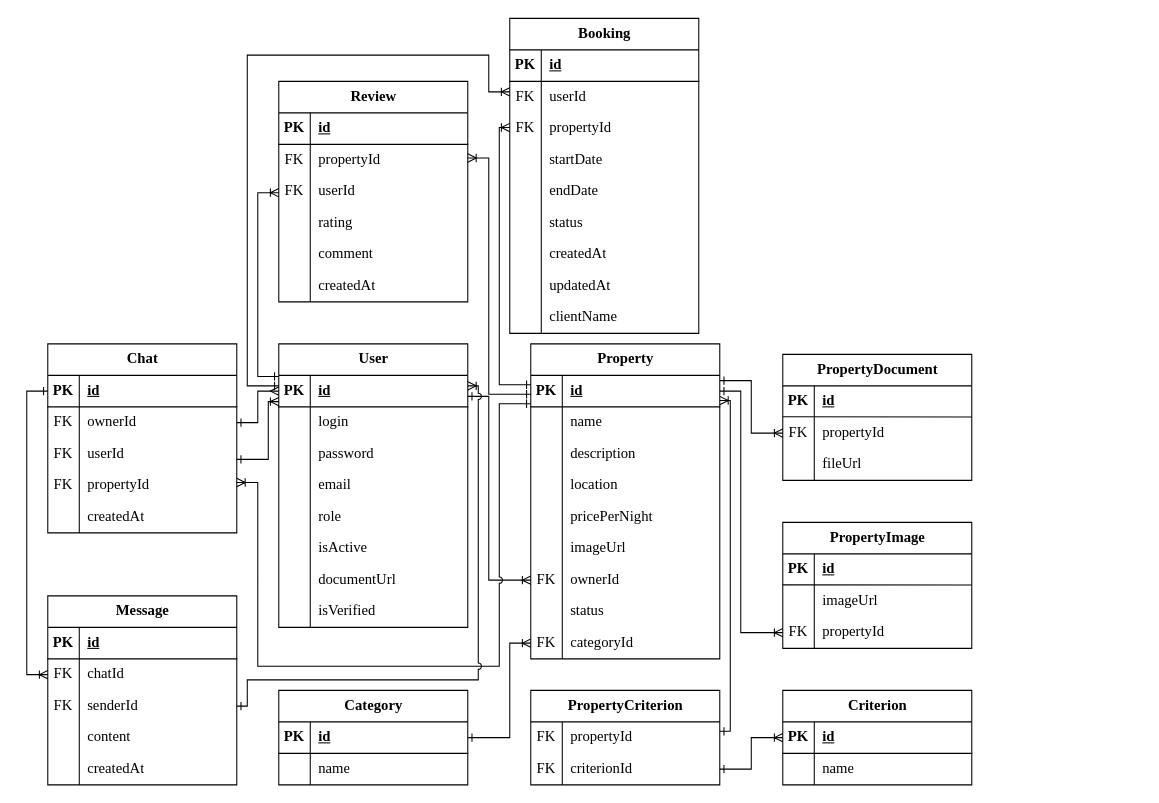
The draw.io diagram KURSACH/бд.drawio in Slnpa/Diplom, before the edit. Source tidied: cells renumbered, new cells numbered last; positions are measured from the earlier drawing's top-left corner, leaving out a move shared by most shapes. Both pictures are drawn from the tidied source at 105%, with x=0, y=0 at pixel (26, 18).
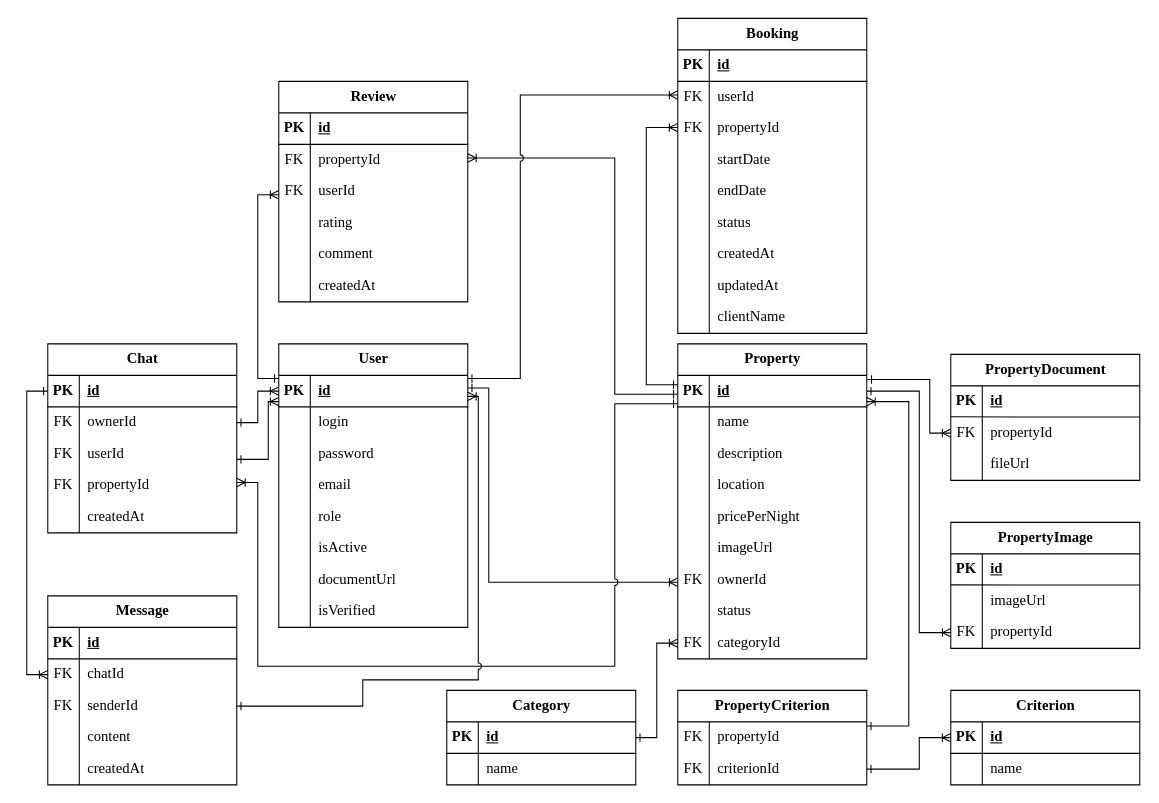
Above is the later version.

The change refers to these unchanged cells:
```xml
<mxCell id="3" style="shape=tableRow;horizontal=0;startSize=0;swimlaneHead=0;swimlaneBody=0;fillColor=none;points=[[0,0.5],[1,0.5]];portConstraint=eastwest;top=0;left=0;right=0;bottom=1;strokeColor=default;fontFamily=Times New Roman;fontSize=14;" parent="2" vertex="1">
  <mxGeometry y="30" width="180" height="30" as="geometry" />
</mxCell>
<mxCell id="21" style="shape=tableRow;horizontal=0;startSize=0;swimlaneHead=0;swimlaneBody=0;fillColor=none;points=[[0,0.5],[1,0.5]];portConstraint=eastwest;top=0;left=0;right=0;bottom=0;strokeColor=default;fontFamily=Times New Roman;fontSize=14;" parent="2" vertex="1">
  <mxGeometry y="210" width="180" height="30" as="geometry" />
</mxCell>
<mxCell id="27" style="shape=tableRow;horizontal=0;startSize=0;swimlaneHead=0;swimlaneBody=0;fillColor=none;points=[[0,0.5],[1,0.5]];portConstraint=eastwest;top=0;left=0;right=0;bottom=0;strokeColor=default;fontFamily=Times New Roman;fontSize=14;" parent="2" vertex="1">
  <mxGeometry y="270" width="180" height="30" as="geometry" />
</mxCell>
<mxCell id="34" style="shape=tableRow;horizontal=0;startSize=0;swimlaneHead=0;swimlaneBody=0;fillColor=none;points=[[0,0.5],[1,0.5]];portConstraint=eastwest;top=0;left=0;right=0;bottom=0;strokeColor=default;fontFamily=Times New Roman;fontSize=14;" parent="30" vertex="1">
  <mxGeometry y="60" width="180" height="30" as="geometry" />
</mxCell>
<mxCell id="48" style="shape=tableRow;horizontal=0;startSize=0;swimlaneHead=0;swimlaneBody=0;fillColor=none;points=[[0,0.5],[1,0.5]];portConstraint=eastwest;top=0;left=0;right=0;bottom=0;strokeColor=default;fontFamily=Times New Roman;fontSize=14;" parent="41" vertex="1">
  <mxGeometry y="90" width="180" height="30" as="geometry" />
</mxCell>
<mxCell id="52" style="shape=tableRow;horizontal=0;startSize=0;swimlaneHead=0;swimlaneBody=0;fillColor=none;points=[[0,0.5],[1,0.5]];portConstraint=eastwest;top=0;left=0;right=0;bottom=1;strokeColor=default;fontFamily=Times New Roman;fontSize=14;" parent="51" vertex="1">
  <mxGeometry y="30" width="180" height="30" as="geometry" />
</mxCell>
<mxCell id="62" style="shape=tableRow;horizontal=0;startSize=0;swimlaneHead=0;swimlaneBody=0;fillColor=none;points=[[0,0.5],[1,0.5]];portConstraint=eastwest;top=0;left=0;right=0;bottom=0;strokeColor=default;fontFamily=Times New Roman;fontSize=14;" parent="58" vertex="1">
  <mxGeometry y="60" width="180" height="30" as="geometry" />
</mxCell>
<mxCell id="69" style="shape=tableRow;horizontal=0;startSize=0;swimlaneHead=0;swimlaneBody=0;fillColor=none;points=[[0,0.5],[1,0.5]];portConstraint=eastwest;top=0;left=0;right=0;bottom=1;strokeColor=default;fontFamily=Times New Roman;fontSize=14;" parent="68" vertex="1">
  <mxGeometry y="30" width="180" height="30" as="geometry" />
</mxCell>
<mxCell id="77" style="shape=tableRow;horizontal=0;startSize=0;swimlaneHead=0;swimlaneBody=0;fillColor=none;points=[[0,0.5],[1,0.5]];portConstraint=eastwest;top=0;left=0;right=0;bottom=1;strokeColor=default;fontFamily=Times New Roman;fontSize=14;" parent="76" vertex="1">
  <mxGeometry y="30" width="180" height="30" as="geometry" />
</mxCell>
<mxCell id="108" style="shape=tableRow;horizontal=0;startSize=0;swimlaneHead=0;swimlaneBody=0;fillColor=none;points=[[0,0.5],[1,0.5]];portConstraint=eastwest;top=0;left=0;right=0;bottom=0;strokeColor=default;fontFamily=Times New Roman;fontSize=14;" parent="101" vertex="1">
  <mxGeometry y="90" width="180" height="30" as="geometry" />
</mxCell>
<mxCell id="152" style="shape=tableRow;horizontal=0;startSize=0;swimlaneHead=0;swimlaneBody=0;fillColor=none;points=[[0,0.5],[1,0.5]];portConstraint=eastwest;top=0;left=0;right=0;bottom=0;strokeColor=default;fontFamily=Times New Roman;fontSize=14;" parent="148" vertex="1">
  <mxGeometry y="60" width="180" height="30" as="geometry" />
</mxCell>
<mxCell id="171" style="shape=tableRow;horizontal=0;startSize=0;swimlaneHead=0;swimlaneBody=0;fillColor=none;points=[[0,0.5],[1,0.5]];portConstraint=eastwest;top=0;left=0;right=0;bottom=0;strokeColor=default;fontFamily=Times New Roman;fontSize=14;" parent="164" vertex="1">
  <mxGeometry y="90" width="180" height="30" as="geometry" />
</mxCell>
```

The edit, as a diff of the source:
```diff
@@
     <mxCell id="2" value="Property" style="shape=table;startSize=30;childLayout=tableLayout;rowLines=0;fontStyle=1;align=center;html=1;strokeColor=default;fontFamily=Times New Roman;fontSize=14;" parent="1" vertex="1">
-      <mxGeometry x="480" y="310" width="180" height="300" as="geometry" />
+      <mxGeometry x="620" y="310" width="180" height="300" as="geometry" />
     </mxCell>
@@
     <mxCell id="30" value="PropertyDocument" style="shape=table;startSize=30;childLayout=tableLayout;rowLines=0;fontStyle=1;align=center;html=1;strokeColor=default;fontFamily=Times New Roman;fontSize=14;" parent="1" vertex="1">
-      <mxGeometry x="720" y="320" width="180" height="120" as="geometry" />
+      <mxGeometry x="880" y="320" width="180" height="120" as="geometry" />
     </mxCell>
@@
-    <mxCell id="40" style="edgeStyle=orthogonalEdgeStyle;rounded=0;jettySize=auto;html=1;startArrow=ERone;startFill=0;endArrow=ERoneToMany;endFill=0;" parent="1" edge="1" target="34">
+    <mxCell id="40" style="edgeStyle=orthogonalEdgeStyle;rounded=0;jettySize=auto;html=1;startArrow=ERone;startFill=0;endArrow=ERoneToMany;endFill=0;exitX=1.003;exitY=0.13;exitDx=0;exitDy=0;exitPerimeter=0;" parent="1" edge="1" source="3" target="34">
       <mxGeometry relative="1" as="geometry">
-        <mxPoint x="660" y="345" as="sourcePoint" />
         <Array as="points">
-          <mxPoint x="690" y="345" />
-          <mxPoint x="690" y="395" />
+          <mxPoint x="860" y="344" />
+          <mxPoint x="860" y="395" />
         </Array>
       </mxGeometry>
     </mxCell>
     <mxCell id="41" value="PropertyImage" style="shape=table;startSize=30;childLayout=tableLayout;rowLines=0;fontStyle=1;align=center;html=1;strokeColor=default;fontFamily=Times New Roman;fontSize=14;" parent="1" vertex="1">
-      <mxGeometry x="720" y="480" width="180" height="120" as="geometry" />
+      <mxGeometry x="880" y="480" width="180" height="120" as="geometry" />
     </mxCell>
@@
     <mxCell id="51" value="Criterion" style="shape=table;startSize=30;childLayout=tableLayout;rowLines=0;fontStyle=1;align=center;html=1;strokeColor=default;fontFamily=Times New Roman;fontSize=14;" parent="1" vertex="1">
-      <mxGeometry x="720" y="640" width="180" height="90" as="geometry" />
+      <mxGeometry x="880" y="640" width="180" height="90" as="geometry" />
     </mxCell>
@@
     <mxCell id="58" value="PropertyCriterion" style="shape=table;startSize=30;childLayout=tableLayout;rowLines=0;fontStyle=1;align=center;html=1;strokeColor=default;fontFamily=Times New Roman;fontSize=14;" parent="1" vertex="1">
-      <mxGeometry x="480" y="640" width="180" height="90" as="geometry" />
+      <mxGeometry x="620" y="640" width="180" height="90" as="geometry" />
     </mxCell>
@@
     <mxCell id="65" style="edgeStyle=orthogonalEdgeStyle;rounded=0;jettySize=auto;html=1;startArrow=ERone;startFill=0;endArrow=ERoneToMany;endFill=0;" parent="1" edge="1" source="3" target="48">
       <mxGeometry relative="1" as="geometry">
         <Array as="points">
-          <mxPoint x="680" y="355" />
-          <mxPoint x="680" y="585" />
+          <mxPoint x="850" y="355" />
+          <mxPoint x="850" y="585" />
         </Array>
       </mxGeometry>
     </mxCell>
     <mxCell id="66" style="edgeStyle=orthogonalEdgeStyle;rounded=0;orthogonalLoop=1;jettySize=auto;html=1;startArrow=ERone;startFill=0;endArrow=ERoneToMany;endFill=0;" parent="1" edge="1">
       <mxGeometry relative="1" as="geometry">
-        <mxPoint x="660" y="679" as="sourcePoint" />
-        <mxPoint x="660" y="364" as="targetPoint" />
+        <mxPoint x="800" y="674" as="sourcePoint" />
+        <mxPoint x="800" y="365" as="targetPoint" />
         <Array as="points">
-          <mxPoint x="670" y="679" />
-          <mxPoint x="670" y="364" />
+          <mxPoint x="840" y="674" />
+          <mxPoint x="840" y="365" />
         </Array>
       </mxGeometry>
     </mxCell>
     <mxCell id="67" style="edgeStyle=orthogonalEdgeStyle;rounded=0;jettySize=auto;html=1;startArrow=ERone;startFill=0;endArrow=ERoneToMany;endFill=0;" parent="1" edge="1" source="62" target="52">
-      <mxGeometry relative="1" as="geometry" />
+      <mxGeometry relative="1" as="geometry">
+        <Array as="points">
+          <mxPoint x="850" y="715" />
+          <mxPoint x="850" y="685" />
+        </Array>
+      </mxGeometry>
     </mxCell>
     <mxCell id="68" value="Category" style="shape=table;startSize=30;childLayout=tableLayout;rowLines=0;fontStyle=1;align=center;html=1;strokeColor=default;fontFamily=Times New Roman;fontSize=14;" parent="1" vertex="1">
-      <mxGeometry x="240" y="640" width="180" height="90" as="geometry" />
+      <mxGeometry x="400" y="640" width="180" height="90" as="geometry" />
     </mxCell>
@@
     <mxCell id="75" style="edgeStyle=orthogonalEdgeStyle;rounded=0;jettySize=auto;html=1;startArrow=ERone;startFill=0;endArrow=ERoneToMany;endFill=0;" parent="1" edge="1" source="69" target="27">
       <mxGeometry relative="1" as="geometry">
         <Array as="points">
-          <mxPoint x="460" y="685" />
-          <mxPoint x="460" y="595" />
+          <mxPoint x="600" y="685" />
+          <mxPoint x="600" y="595" />
         </Array>
       </mxGeometry>
     </mxCell>
@@
     <mxCell id="101" value="Booking" style="shape=table;startSize=30;childLayout=tableLayout;rowLines=0;fontStyle=1;align=center;html=1;strokeColor=default;fontFamily=Times New Roman;fontSize=14;" parent="1" vertex="1">
-      <mxGeometry x="460" width="180" height="300" as="geometry" />
+      <mxGeometry x="620" width="180" height="300" as="geometry" />
     </mxCell>
@@
-    <mxCell id="180" style="edgeStyle=orthogonalEdgeStyle;rounded=0;jettySize=auto;html=1;endArrow=ERoneToMany;endFill=0;startArrow=ERone;startFill=0;" parent="1" edge="1" source="77" target="21">
+    <mxCell id="180" style="edgeStyle=orthogonalEdgeStyle;rounded=0;orthogonalLoop=1;jettySize=auto;html=1;endArrow=ERoneToMany;endFill=0;startArrow=ERone;startFill=0;" parent="1" edge="1">
       <mxGeometry relative="1" as="geometry">
+        <mxPoint x="420" y="352" as="sourcePoint" />
+        <mxPoint x="620" y="537" as="targetPoint" />
         <Array as="points">
-          <mxPoint x="440" y="360" />
-          <mxPoint x="440" y="535" />
+          <mxPoint x="440" y="352" />
+          <mxPoint x="440" y="537" />
         </Array>
       </mxGeometry>
     </mxCell>
-    <mxCell id="181" style="edgeStyle=orthogonalEdgeStyle;rounded=0;orthogonalLoop=1;jettySize=auto;html=1;endArrow=ERoneToMany;endFill=0;startArrow=ERone;startFill=0;" parent="1" edge="1">
+    <mxCell id="181" style="edgeStyle=orthogonalEdgeStyle;rounded=0;jettySize=auto;html=1;endArrow=ERoneToMany;endFill=0;startArrow=ERone;startFill=0;" parent="1" edge="1" source="3" target="108">
       <mxGeometry relative="1" as="geometry">
-        <mxPoint x="480" y="349" as="sourcePoint" />
-        <mxPoint x="460" y="104" as="targetPoint" />
         <Array as="points">
-          <mxPoint x="450" y="349" />
-          <mxPoint x="450" y="104" />
+          <mxPoint x="590" y="349" />
+          <mxPoint x="590" y="104" />
         </Array>
       </mxGeometry>
     </mxCell>
-    <mxCell id="182" style="edgeStyle=orthogonalEdgeStyle;rounded=0;orthogonalLoop=1;jettySize=auto;html=1;endArrow=ERone;endFill=0;startArrow=ERoneToMany;startFill=0;" parent="1" edge="1">
+    <mxCell id="182" style="edgeStyle=orthogonalEdgeStyle;rounded=0;jettySize=auto;html=1;endArrow=ERone;endFill=0;startArrow=ERoneToMany;startFill=0;" parent="1" edge="1" target="3">
       <mxGeometry relative="1" as="geometry">
         <mxPoint x="420" y="133" as="sourcePoint" />
-        <mxPoint x="480" y="358" as="targetPoint" />
         <Array as="points">
-          <mxPoint x="440" y="133" />
-          <mxPoint x="440" y="358" />
+          <mxPoint x="560" y="133" />
+          <mxPoint x="560" y="358" />
         </Array>
       </mxGeometry>
     </mxCell>
-    <mxCell id="183" style="edgeStyle=orthogonalEdgeStyle;rounded=0;orthogonalLoop=1;jettySize=auto;html=1;startArrow=ERone;startFill=0;endArrow=ERoneToMany;endFill=0;" parent="1" edge="1">
+    <mxCell id="183" style="edgeStyle=orthogonalEdgeStyle;rounded=0;orthogonalLoop=1;jettySize=auto;html=1;startArrow=ERone;startFill=0;endArrow=ERoneToMany;endFill=0;jumpStyle=arc;" parent="1" edge="1">
       <mxGeometry relative="1" as="geometry">
-        <mxPoint x="240" y="350" as="sourcePoint" />
-        <mxPoint x="460" y="70" as="targetPoint" />
+        <mxPoint x="420" y="343" as="sourcePoint" />
+        <mxPoint x="620" y="73" as="targetPoint" />
         <Array as="points">
-          <mxPoint x="210" y="350" />
-          <mxPoint x="210" y="35" />
-          <mxPoint x="440" y="35" />
-          <mxPoint x="440" y="70" />
+          <mxPoint x="470" y="343" />
+          <mxPoint x="470" y="73" />
         </Array>
       </mxGeometry>
     </mxCell>
     <mxCell id="184" style="edgeStyle=orthogonalEdgeStyle;rounded=0;orthogonalLoop=1;jettySize=auto;html=1;endArrow=ERoneToMany;endFill=0;startArrow=ERone;startFill=0;" parent="1" edge="1">
       <mxGeometry relative="1" as="geometry">
-        <mxPoint x="240" y="341" as="sourcePoint" />
-        <mxPoint x="240" y="166" as="targetPoint" />
+        <mxPoint x="240" y="343" as="sourcePoint" />
+        <mxPoint x="240" y="168" as="targetPoint" />
         <Array as="points">
-          <mxPoint x="220" y="341" />
-          <mxPoint x="220" y="166" />
+          <mxPoint x="220" y="343" />
+          <mxPoint x="220" y="168" />
         </Array>
       </mxGeometry>
     </mxCell>
-    <mxCell id="185" style="edgeStyle=orthogonalEdgeStyle;rounded=0;jettySize=auto;html=1;startArrow=ERone;startFill=0;endArrow=ERmany;endFill=0;" parent="1" edge="1" source="152" target="77">
+    <mxCell id="185" style="edgeStyle=orthogonalEdgeStyle;rounded=0;jettySize=auto;html=1;startArrow=ERone;startFill=0;endArrow=ERoneToMany;endFill=0;" parent="1" edge="1" source="152" target="77">
       <mxGeometry relative="1" as="geometry" />
     </mxCell>
@@
     <mxCell id="187" style="endArrow=none;html=1;rounded=0;" parent="1" edge="1">
       <mxGeometry relative="1" as="geometry">
-        <mxPoint x="720" y="379.5" as="sourcePoint" />
-        <mxPoint x="900" y="379.7" as="targetPoint" />
+        <mxPoint x="880" y="379.5" as="sourcePoint" />
+        <mxPoint x="1060" y="379.7" as="targetPoint" />
       </mxGeometry>
     </mxCell>
     <mxCell id="188" style="endArrow=none;html=1;rounded=0;" parent="1" edge="1">
       <mxGeometry relative="1" as="geometry">
-        <mxPoint x="720" y="539.5" as="sourcePoint" />
-        <mxPoint x="900" y="539.7" as="targetPoint" />
+        <mxPoint x="880" y="539.5" as="sourcePoint" />
+        <mxPoint x="1060" y="539.7" as="targetPoint" />
       </mxGeometry>
     </mxCell>
-    <mxCell id="189" style="edgeStyle=orthogonalEdgeStyle;rounded=0;orthogonalLoop=1;jettySize=auto;html=1;endArrow=ERoneToMany;endFill=0;startArrow=ERone;startFill=0;jumpStyle=arc;" parent="1" edge="1">
+    <mxCell id="189" style="edgeStyle=orthogonalEdgeStyle;rounded=0;jettySize=auto;html=1;endArrow=ERoneToMany;endFill=0;startArrow=ERone;startFill=0;jumpStyle=arc;" parent="1" edge="1" source="3">
       <mxGeometry relative="1" as="geometry">
-        <mxPoint x="480" y="367" as="sourcePoint" />
         <mxPoint x="200" y="442" as="targetPoint" />
         <Array as="points">
-          <mxPoint x="450" y="367" />
-          <mxPoint x="450" y="617" />
+          <mxPoint x="560" y="367" />
+          <mxPoint x="560" y="617" />
           <mxPoint x="220" y="617" />
           <mxPoint x="220" y="442" />
         </Array>
       </mxGeometry>
     </mxCell>
     <mxCell id="190" style="edgeStyle=orthogonalEdgeStyle;rounded=0;jettySize=auto;html=1;endArrow=ERoneToMany;endFill=0;startArrow=ERone;startFill=0;jumpStyle=arc;" parent="1" edge="1" source="171" target="77">
       <mxGeometry relative="1" as="geometry">
         <Array as="points">
-          <mxPoint x="210" y="655" />
-          <mxPoint x="210" y="630" />
+          <mxPoint x="320" y="655" />
+          <mxPoint x="320" y="630" />
           <mxPoint x="430" y="630" />
-          <mxPoint x="430" y="350" />
+          <mxPoint x="430" y="360" />
         </Array>
       </mxGeometry>
     </mxCell>
```
